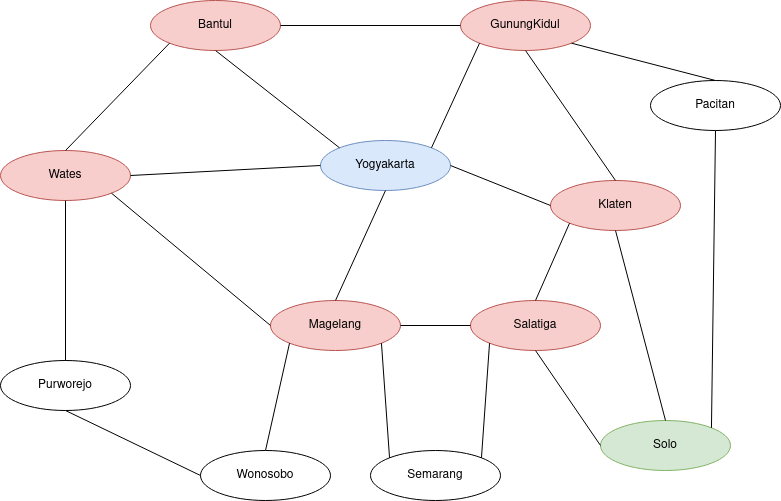
Above: img/ilustrasi.png in 0xForked/bfs_algo (draw.io), before the change. Source tidied: cells renumbered, new cells last; positions are measured from the earlier drawing's top-left corner, leaving out a move shared by most shapes. Its diagram source:
```xml
<mxGraphModel>
  <root>
    <mxCell id="0" />
    <mxCell id="1" parent="0" />
    <mxCell id="2" value="Yogyakarta" style="ellipse;whiteSpace=wrap;html=1;fillColor=#dae8fc;strokeColor=#6c8ebf;" parent="1" vertex="1">
      <mxGeometry x="320" y="140" width="130" height="50" as="geometry" />
    </mxCell>
    <mxCell id="3" value="Bantul" style="ellipse;whiteSpace=wrap;html=1;fillColor=#f8cecc;strokeColor=#b85450;" parent="1" vertex="1">
      <mxGeometry x="150" width="130" height="50" as="geometry" />
    </mxCell>
    <mxCell id="4" value="GunungKidul" style="ellipse;whiteSpace=wrap;html=1;fillColor=#f8cecc;strokeColor=#b85450;" parent="1" vertex="1">
      <mxGeometry x="460" width="130" height="50" as="geometry" />
    </mxCell>
    <mxCell id="5" value="Pacitan" style="ellipse;whiteSpace=wrap;html=1;" parent="1" vertex="1">
      <mxGeometry x="650" y="80" width="130" height="50" as="geometry" />
    </mxCell>
    <mxCell id="6" value="Wates" style="ellipse;whiteSpace=wrap;html=1;fillColor=#f8cecc;strokeColor=#b85450;" parent="1" vertex="1">
      <mxGeometry y="150" width="130" height="50" as="geometry" />
    </mxCell>
    <mxCell id="7" style="endArrow=none;html=1;exitX=1;exitY=0.5;exitDx=0;exitDy=0;entryX=0;entryY=0.5;entryDx=0;entryDy=0;" parent="1" edge="1" source="3" target="4">
      <mxGeometry relative="1" as="geometry" />
    </mxCell>
    <mxCell id="8" style="endArrow=none;html=1;exitX=0;exitY=1;exitDx=0;exitDy=0;entryX=0.5;entryY=0;entryDx=0;entryDy=0;" parent="1" edge="1" source="3" target="6">
      <mxGeometry relative="1" as="geometry" />
    </mxCell>
    <mxCell id="9" style="endArrow=none;html=1;exitX=0;exitY=0.5;exitDx=0;exitDy=0;entryX=1;entryY=0.5;entryDx=0;entryDy=0;" parent="1" edge="1" source="2" target="6">
      <mxGeometry relative="1" as="geometry" />
    </mxCell>
    <mxCell id="10" style="endArrow=none;html=1;exitX=0;exitY=0;exitDx=0;exitDy=0;entryX=0.5;entryY=1;entryDx=0;entryDy=0;" parent="1" edge="1" source="2" target="3">
      <mxGeometry relative="1" as="geometry" />
    </mxCell>
    <mxCell id="11" style="endArrow=none;html=1;exitX=1;exitY=0;exitDx=0;exitDy=0;entryX=0;entryY=1;entryDx=0;entryDy=0;" parent="1" edge="1" source="2" target="4">
      <mxGeometry relative="1" as="geometry" />
    </mxCell>
    <mxCell id="12" style="endArrow=none;html=1;exitX=1;exitY=1;exitDx=0;exitDy=0;entryX=0.5;entryY=0;entryDx=0;entryDy=0;" parent="1" edge="1" source="4" target="5">
      <mxGeometry relative="1" as="geometry" />
    </mxCell>
    <mxCell id="13" value="Klaten" style="ellipse;whiteSpace=wrap;html=1;fillColor=#f8cecc;strokeColor=#b85450;" parent="1" vertex="1">
      <mxGeometry x="550" y="180" width="130" height="50" as="geometry" />
    </mxCell>
    <mxCell id="14" style="endArrow=none;html=1;exitX=0.5;exitY=0;exitDx=0;exitDy=0;entryX=0.5;entryY=1;entryDx=0;entryDy=0;" parent="1" edge="1" source="13" target="4">
      <mxGeometry relative="1" as="geometry" />
    </mxCell>
    <mxCell id="15" value="Magelang" style="ellipse;whiteSpace=wrap;html=1;fillColor=#f8cecc;strokeColor=#b85450;" parent="1" vertex="1">
      <mxGeometry x="270" y="300" width="130" height="50" as="geometry" />
    </mxCell>
    <mxCell id="16" style="endArrow=none;html=1;exitX=0.5;exitY=0;exitDx=0;exitDy=0;entryX=0.5;entryY=1;entryDx=0;entryDy=0;" parent="1" edge="1" source="15" target="2">
      <mxGeometry relative="1" as="geometry" />
    </mxCell>
    <mxCell id="17" style="endArrow=none;html=1;exitX=0;exitY=0.5;exitDx=0;exitDy=0;entryX=1;entryY=1;entryDx=0;entryDy=0;" parent="1" edge="1" source="15" target="6">
      <mxGeometry relative="1" as="geometry" />
    </mxCell>
    <mxCell id="18" value="Purworejo" style="ellipse;whiteSpace=wrap;html=1;" parent="1" vertex="1">
      <mxGeometry y="360" width="130" height="50" as="geometry" />
    </mxCell>
    <mxCell id="19" style="endArrow=none;html=1;exitX=0.5;exitY=0;exitDx=0;exitDy=0;entryX=0.5;entryY=1;entryDx=0;entryDy=0;" parent="1" edge="1" source="18" target="6">
      <mxGeometry relative="1" as="geometry" />
    </mxCell>
    <mxCell id="20" value="Wonosobo" style="ellipse;whiteSpace=wrap;html=1;" parent="1" vertex="1">
      <mxGeometry x="200" y="450" width="130" height="50" as="geometry" />
    </mxCell>
    <mxCell id="21" style="endArrow=none;html=1;exitX=0;exitY=0.5;exitDx=0;exitDy=0;entryX=0.5;entryY=1;entryDx=0;entryDy=0;" parent="1" edge="1" source="20" target="18">
      <mxGeometry relative="1" as="geometry" />
    </mxCell>
    <mxCell id="22" style="endArrow=none;html=1;exitX=0.5;exitY=0;exitDx=0;exitDy=0;entryX=0;entryY=1;entryDx=0;entryDy=0;" parent="1" edge="1" source="20" target="15">
      <mxGeometry relative="1" as="geometry" />
    </mxCell>
    <mxCell id="23" value="Semarang" style="ellipse;whiteSpace=wrap;html=1;" parent="1" vertex="1">
      <mxGeometry x="370" y="450" width="130" height="50" as="geometry" />
    </mxCell>
    <mxCell id="24" style="endArrow=none;html=1;exitX=0;exitY=0;exitDx=0;exitDy=0;entryX=1;entryY=1;entryDx=0;entryDy=0;" parent="1" edge="1" source="23" target="15">
      <mxGeometry relative="1" as="geometry" />
    </mxCell>
    <mxCell id="25" style="endArrow=none;html=1;exitX=1;exitY=0.5;exitDx=0;exitDy=0;entryX=0;entryY=0.5;entryDx=0;entryDy=0;" parent="1" edge="1" source="2" target="13">
      <mxGeometry relative="1" as="geometry" />
    </mxCell>
    <mxCell id="26" value="Salatiga" style="ellipse;whiteSpace=wrap;html=1;fillColor=#f8cecc;strokeColor=#b85450;" parent="1" vertex="1">
      <mxGeometry x="470" y="300" width="130" height="50" as="geometry" />
    </mxCell>
    <mxCell id="27" style="endArrow=none;html=1;exitX=1;exitY=0.5;exitDx=0;exitDy=0;entryX=0;entryY=0.5;entryDx=0;entryDy=0;" parent="1" edge="1" source="15" target="26">
      <mxGeometry relative="1" as="geometry" />
    </mxCell>
    <mxCell id="28" value="Solo" style="ellipse;whiteSpace=wrap;html=1;fillColor=#d5e8d4;strokeColor=#82b366;" parent="1" vertex="1">
      <mxGeometry x="600" y="420" width="130" height="50" as="geometry" />
    </mxCell>
    <mxCell id="29" style="endArrow=none;html=1;exitX=0.5;exitY=0;exitDx=0;exitDy=0;entryX=0;entryY=1;entryDx=0;entryDy=0;" parent="1" edge="1" source="26" target="13">
      <mxGeometry relative="1" as="geometry" />
    </mxCell>
    <mxCell id="30" style="endArrow=none;html=1;exitX=0;exitY=0.5;exitDx=0;exitDy=0;entryX=0.5;entryY=1;entryDx=0;entryDy=0;" parent="1" edge="1" source="28" target="26">
      <mxGeometry relative="1" as="geometry" />
    </mxCell>
    <mxCell id="31" style="endArrow=none;html=1;exitX=1;exitY=0;exitDx=0;exitDy=0;entryX=0;entryY=1;entryDx=0;entryDy=0;" parent="1" edge="1" source="23" target="26">
      <mxGeometry relative="1" as="geometry" />
    </mxCell>
    <mxCell id="32" style="endArrow=none;html=1;exitX=0.5;exitY=0;exitDx=0;exitDy=0;entryX=0.5;entryY=1;entryDx=0;entryDy=0;" parent="1" edge="1" source="28" target="13">
      <mxGeometry relative="1" as="geometry" />
    </mxCell>
    <mxCell id="33" style="endArrow=none;html=1;exitX=1;exitY=0;exitDx=0;exitDy=0;entryX=0.5;entryY=1;entryDx=0;entryDy=0;" parent="1" edge="1" source="28" target="5">
      <mxGeometry relative="1" as="geometry" />
    </mxCell>
  </root>
</mxGraphModel>
```
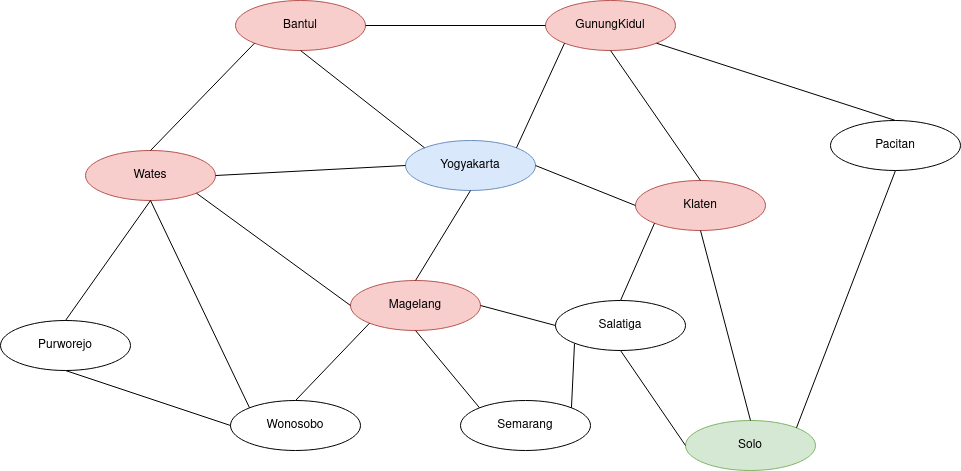
Later version of the same file.

Diff of the diagram source:
```diff
@@ -12,7 +12,7 @@
       <mxGeometry x="460" width="130" height="50" as="geometry" />
     </mxCell>
     <mxCell id="5" value="Pacitan" style="ellipse;whiteSpace=wrap;html=1;" parent="1" vertex="1">
-      <mxGeometry x="650" y="80" width="130" height="50" as="geometry" />
+      <mxGeometry x="745" y="120" width="130" height="50" as="geometry" />
     </mxCell>
     <mxCell id="6" value="Wates" style="ellipse;whiteSpace=wrap;html=1;fillColor=#f8cecc;strokeColor=#b85450;" parent="1" vertex="1">
       <mxGeometry y="150" width="130" height="50" as="geometry" />
@@ -42,7 +42,7 @@
       <mxGeometry relative="1" as="geometry" />
     </mxCell>
     <mxCell id="15" value="Magelang" style="ellipse;whiteSpace=wrap;html=1;fillColor=#f8cecc;strokeColor=#b85450;" parent="1" vertex="1">
-      <mxGeometry x="270" y="300" width="130" height="50" as="geometry" />
+      <mxGeometry x="265" y="280" width="130" height="50" as="geometry" />
     </mxCell>
     <mxCell id="16" style="endArrow=none;html=1;exitX=0.5;exitY=0;exitDx=0;exitDy=0;entryX=0.5;entryY=1;entryDx=0;entryDy=0;" parent="1" edge="1" source="15" target="2">
       <mxGeometry relative="1" as="geometry" />
@@ -51,13 +51,13 @@
       <mxGeometry relative="1" as="geometry" />
     </mxCell>
     <mxCell id="18" value="Purworejo" style="ellipse;whiteSpace=wrap;html=1;" parent="1" vertex="1">
-      <mxGeometry y="360" width="130" height="50" as="geometry" />
+      <mxGeometry x="-85" y="320" width="130" height="50" as="geometry" />
     </mxCell>
     <mxCell id="19" style="endArrow=none;html=1;exitX=0.5;exitY=0;exitDx=0;exitDy=0;entryX=0.5;entryY=1;entryDx=0;entryDy=0;" parent="1" edge="1" source="18" target="6">
       <mxGeometry relative="1" as="geometry" />
     </mxCell>
     <mxCell id="20" value="Wonosobo" style="ellipse;whiteSpace=wrap;html=1;" parent="1" vertex="1">
-      <mxGeometry x="200" y="450" width="130" height="50" as="geometry" />
+      <mxGeometry x="145" y="400" width="130" height="50" as="geometry" />
     </mxCell>
     <mxCell id="21" style="endArrow=none;html=1;exitX=0;exitY=0.5;exitDx=0;exitDy=0;entryX=0.5;entryY=1;entryDx=0;entryDy=0;" parent="1" edge="1" source="20" target="18">
       <mxGeometry relative="1" as="geometry" />
@@ -66,15 +66,15 @@
       <mxGeometry relative="1" as="geometry" />
     </mxCell>
     <mxCell id="23" value="Semarang" style="ellipse;whiteSpace=wrap;html=1;" parent="1" vertex="1">
-      <mxGeometry x="370" y="450" width="130" height="50" as="geometry" />
+      <mxGeometry x="375" y="400" width="130" height="50" as="geometry" />
     </mxCell>
-    <mxCell id="24" style="endArrow=none;html=1;exitX=0;exitY=0;exitDx=0;exitDy=0;entryX=1;entryY=1;entryDx=0;entryDy=0;" parent="1" edge="1" source="23" target="15">
+    <mxCell id="24" style="endArrow=none;html=1;exitX=0;exitY=0;exitDx=0;exitDy=0;entryX=0.5;entryY=1;entryDx=0;entryDy=0;" parent="1" edge="1" source="23" target="15">
       <mxGeometry relative="1" as="geometry" />
     </mxCell>
     <mxCell id="25" style="endArrow=none;html=1;exitX=1;exitY=0.5;exitDx=0;exitDy=0;entryX=0;entryY=0.5;entryDx=0;entryDy=0;" parent="1" edge="1" source="2" target="13">
       <mxGeometry relative="1" as="geometry" />
     </mxCell>
-    <mxCell id="26" value="Salatiga" style="ellipse;whiteSpace=wrap;html=1;fillColor=#f8cecc;strokeColor=#b85450;" parent="1" vertex="1">
+    <mxCell id="26" value="Salatiga" style="ellipse;whiteSpace=wrap;html=1;" parent="1" vertex="1">
       <mxGeometry x="470" y="300" width="130" height="50" as="geometry" />
     </mxCell>
     <mxCell id="27" style="endArrow=none;html=1;exitX=1;exitY=0.5;exitDx=0;exitDy=0;entryX=0;entryY=0.5;entryDx=0;entryDy=0;" parent="1" edge="1" source="15" target="26">
@@ -89,8 +89,10 @@
     <mxCell id="30" style="endArrow=none;html=1;exitX=0;exitY=0.5;exitDx=0;exitDy=0;entryX=0.5;entryY=1;entryDx=0;entryDy=0;" parent="1" edge="1" source="28" target="26">
       <mxGeometry relative="1" as="geometry" />
     </mxCell>
-    <mxCell id="31" style="endArrow=none;html=1;exitX=1;exitY=0;exitDx=0;exitDy=0;entryX=0;entryY=1;entryDx=0;entryDy=0;" parent="1" edge="1" source="23" target="26">
-      <mxGeometry relative="1" as="geometry" />
+    <mxCell id="31" style="endArrow=none;html=1;exitX=1;exitY=0;exitDx=0;exitDy=0;" parent="1" edge="1" source="23">
+      <mxGeometry relative="1" as="geometry">
+        <mxPoint x="489" y="343" as="targetPoint" />
+      </mxGeometry>
     </mxCell>
     <mxCell id="32" style="endArrow=none;html=1;exitX=0.5;exitY=0;exitDx=0;exitDy=0;entryX=0.5;entryY=1;entryDx=0;entryDy=0;" parent="1" edge="1" source="28" target="13">
       <mxGeometry relative="1" as="geometry" />
@@ -98,5 +100,8 @@
     <mxCell id="33" style="endArrow=none;html=1;exitX=1;exitY=0;exitDx=0;exitDy=0;entryX=0.5;entryY=1;entryDx=0;entryDy=0;" parent="1" edge="1" source="28" target="5">
       <mxGeometry relative="1" as="geometry" />
     </mxCell>
+    <mxCell id="34" style="endArrow=none;html=1;exitX=0;exitY=0;exitDx=0;exitDy=0;entryX=0.5;entryY=1;entryDx=0;entryDy=0;" parent="1" edge="1" source="20" target="6">
+      <mxGeometry relative="1" as="geometry" />
+    </mxCell>
   </root>
 </mxGraphModel>
```
